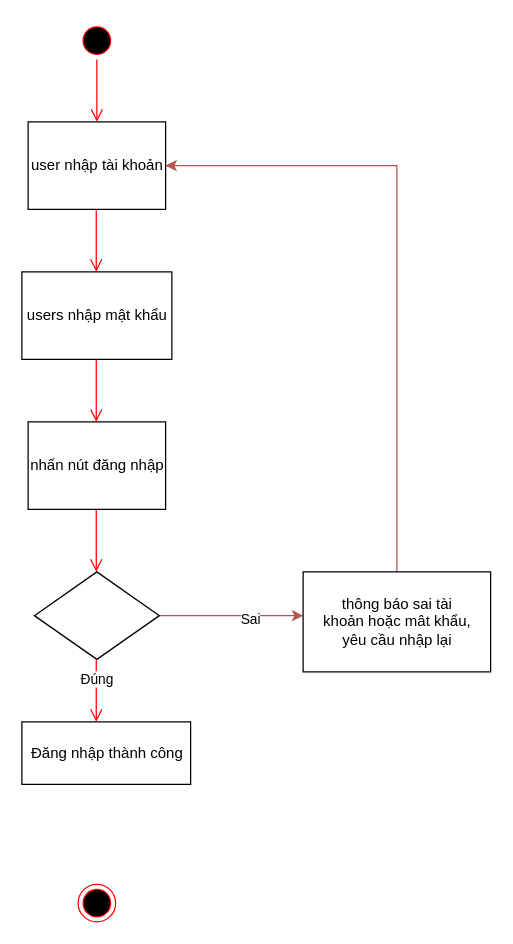
Earlier version of the draw.io diagram ACTIVITY/Activity Đăng Nhập.drawio (AlexTien202/congnghephanmem). Source tidied: cells renumbered, new cells numbered last; positions are measured from the earlier drawing's top-left corner, leaving out a move shared by most shapes. Both pictures are drawn from the tidied source at 125%, with x=0, y=0 at pixel (21, 21).
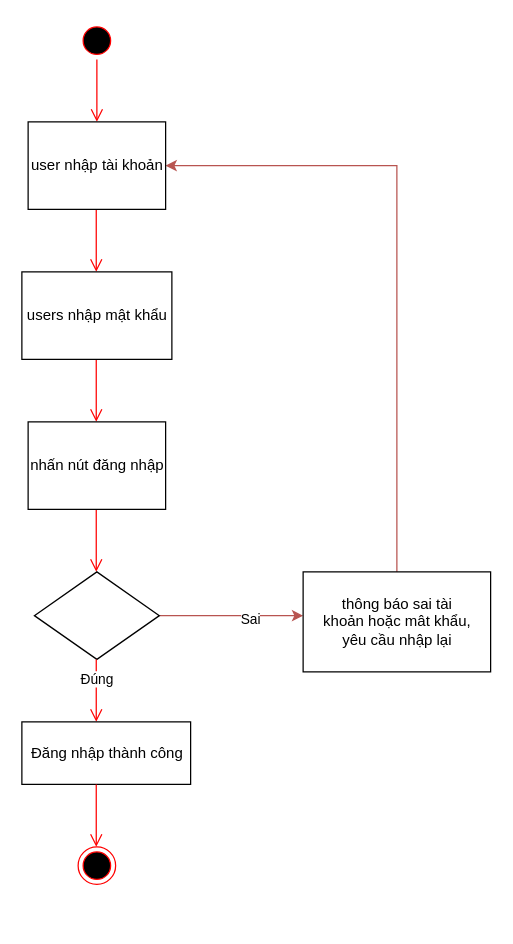
The same page after the edit.

Change to the diagram source:
```diff
@@
     <mxCell id="12" style="ellipse;html=1;shape=endState;fillColor=#000000;strokeColor=#ff0000;" parent="1" vertex="1">
-      <mxGeometry x="45" y="690" width="30" height="30" as="geometry" />
+      <mxGeometry x="45" y="660" width="30" height="30" as="geometry" />
     </mxCell>
@@
+    <mxCell id="18" style="edgeStyle=orthogonalEdgeStyle;html=1;verticalAlign=bottom;endArrow=open;endSize=8;strokeColor=#ff0000;" parent="1" edge="1">
+      <mxGeometry relative="1" as="geometry">
+        <mxPoint x="59.5" y="610" as="sourcePoint" />
+        <mxPoint x="59.5" y="660" as="targetPoint" />
+      </mxGeometry>
+    </mxCell>
```
